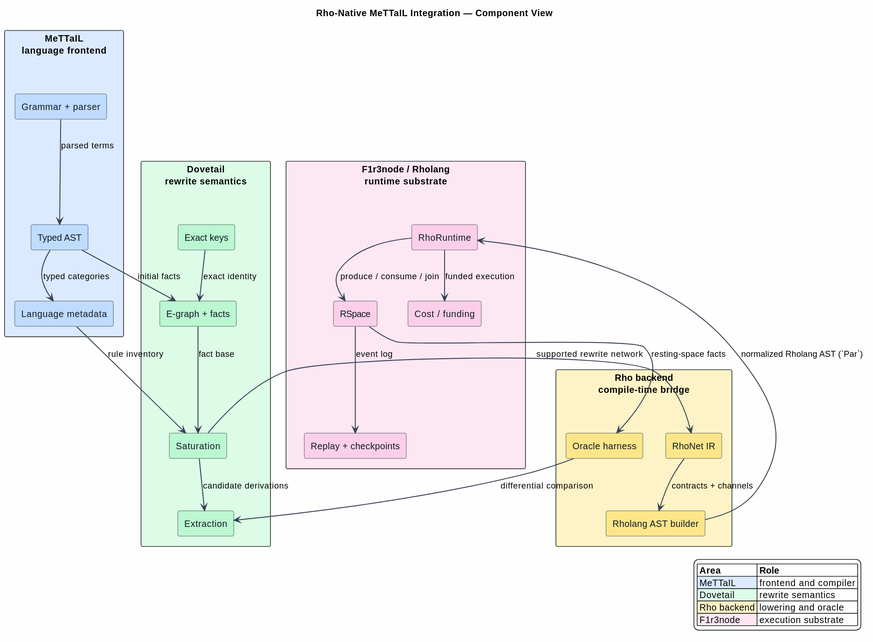
Before: docs/architecture/rho-native-integration/figures/README.svg, a diagram exported from PlantUML (F1R3FLY-io/mettail-rust).
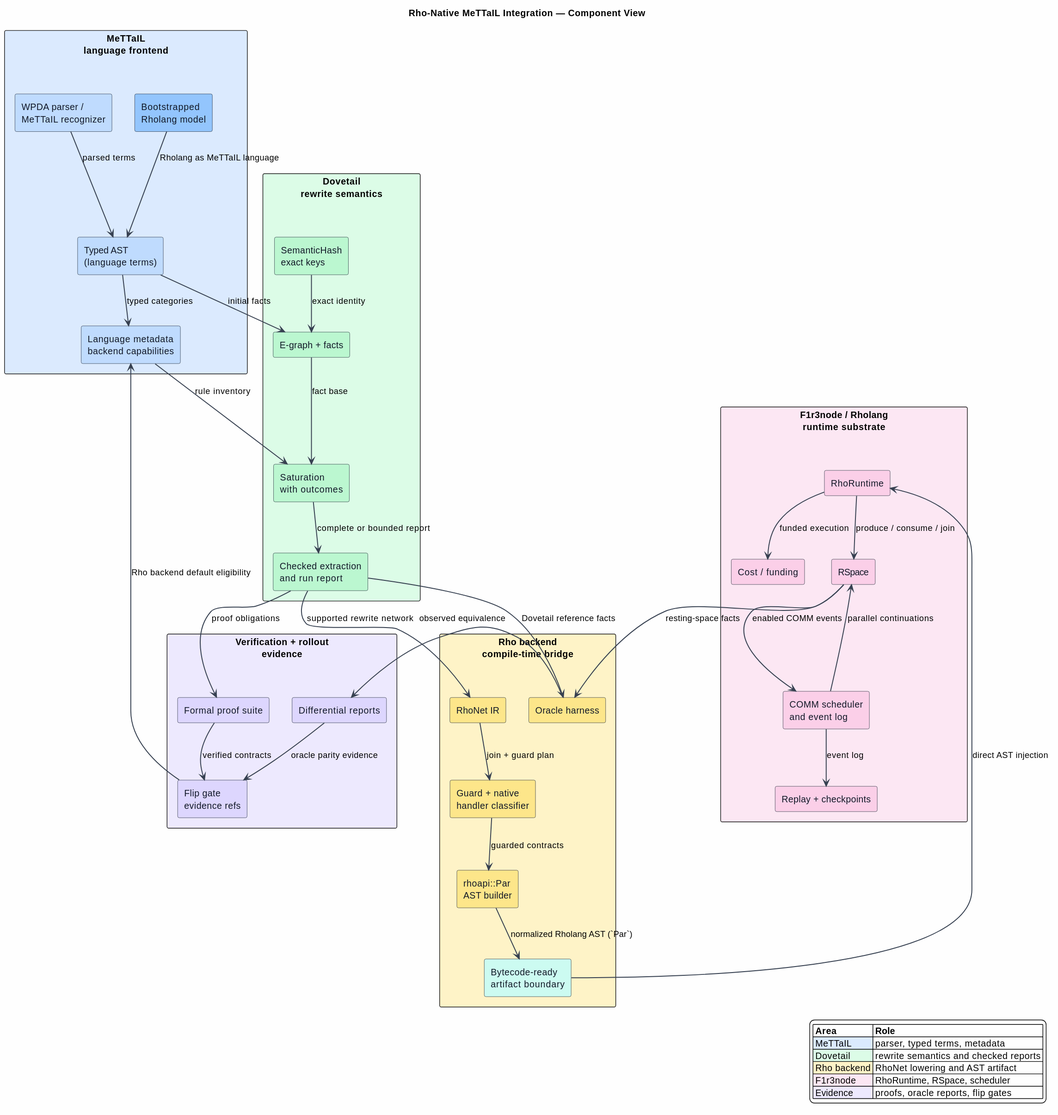
The same diagram one commit later.

What changed in the source:
```diff
@@ -12,52 +12,73 @@
 }
 
 rectangle "MeTTaIL\nlanguage frontend" as M #DBEAFE {
-  component "Grammar + parser" as Parser #BFDBFE
-  component "Typed AST" as AST #BFDBFE
-  component "Language metadata" as Metadata #BFDBFE
+  component "WPDA parser /\nMeTTaIL recognizer" as Parser #BFDBFE
+  component "Typed AST\n(language terms)" as AST #BFDBFE
+  component "Language metadata\nbackend capabilities" as Metadata #BFDBFE
+  component "Bootstrapped\nRholang model" as RhoModel #93C5FD
 }
 
 rectangle "Dovetail\nrewrite semantics" as D #DCFCE7 {
-  component "Exact keys" as Keys #BBF7D0
+  component "SemanticHash\nexact keys" as Keys #BBF7D0
   component "E-graph + facts" as EGraph #BBF7D0
-  component "Saturation" as Saturation #BBF7D0
-  component "Extraction" as Extraction #BBF7D0
+  component "Saturation\nwith outcomes" as Saturation #BBF7D0
+  component "Checked extraction\nand run report" as Report #BBF7D0
 }
 
 rectangle "Rho backend\ncompile-time bridge" as B #FEF3C7 {
   component "RhoNet IR" as RhoNet #FDE68A
-  component "Rholang AST builder" as AstBuilder #FDE68A
+  component "Guard + native\nhandler classifier" as Guards #FDE68A
+  component "rhoapi::Par\nAST builder" as AstBuilder #FDE68A
+  component "Bytecode-ready\nartifact boundary" as Artifact #CCFBF1
   component "Oracle harness" as Oracle #FDE68A
 }
 
 rectangle "F1r3node / Rholang\nruntime substrate" as F #FCE7F3 {
   component "RhoRuntime" as Runtime #FBCFE8
   component "RSpace" as RSpace #FBCFE8
+  component "COMM scheduler\nand event log" as Scheduler #FBCFE8
   component "Replay + checkpoints" as Replay #FBCFE8
   component "Cost / funding" as Cost #FBCFE8
 }
 
+rectangle "Verification + rollout\nevidence" as V #EDE9FE {
+  component "Formal proof suite" as Formal #DDD6FE
+  component "Differential reports" as Diff #DDD6FE
+  component "Flip gate\nevidence refs" as Gate #DDD6FE
+}
+
 Parser --> AST : parsed terms
 AST --> Metadata : typed categories
+RhoModel --> AST : Rholang as MeTTaIL language
 AST --> EGraph : initial facts
 Metadata --> Saturation : rule inventory
 Keys --> EGraph : exact identity
 EGraph --> Saturation : fact base
-Saturation --> Extraction : candidate derivations
-Saturation --> RhoNet : supported rewrite network
-RhoNet --> AstBuilder : contracts + channels
-AstBuilder --> Runtime : normalized Rholang AST (`Par`)
+Saturation --> Report : complete or bounded report
+Report --> RhoNet : supported rewrite network
+RhoNet --> Guards : join + guard plan
+Guards --> AstBuilder : guarded contracts
+AstBuilder --> Artifact : normalized Rholang AST (`Par`)
+Artifact --> Runtime : direct AST injection
 Runtime --> RSpace : produce / consume / join
-RSpace --> Replay : event log
+RSpace --> Scheduler : enabled COMM events
+Scheduler --> RSpace : parallel continuations
+Scheduler --> Replay : event log
 Runtime --> Cost : funded execution
 RSpace --> Oracle : resting-space facts
-Oracle --> Extraction : differential comparison
+Report --> Oracle : Dovetail reference facts
+Oracle --> Diff : observed equivalence
+Report --> Formal : proof obligations
+Formal --> Gate : verified contracts
+Diff --> Gate : oracle parity evidence
+Gate --> Metadata : Rho backend default eligibility
 
 legend right
 |= Area |= Role |
-|<#DBEAFE> MeTTaIL | frontend and compiler |
-|<#DCFCE7> Dovetail | rewrite semantics |
-|<#FEF3C7> Rho backend | lowering and oracle |
-|<#FCE7F3> F1r3node | execution substrate |
+|<#DBEAFE> MeTTaIL | parser, typed terms, metadata |
+|<#DCFCE7> Dovetail | rewrite semantics and checked reports |
+|<#FEF3C7> Rho backend | RhoNet lowering and AST artifact |
+|<#FCE7F3> F1r3node | RhoRuntime, RSpace, scheduler |
+|<#EDE9FE> Evidence | proofs, oracle reports, flip gates |
 endlegend
 @enduml
```
